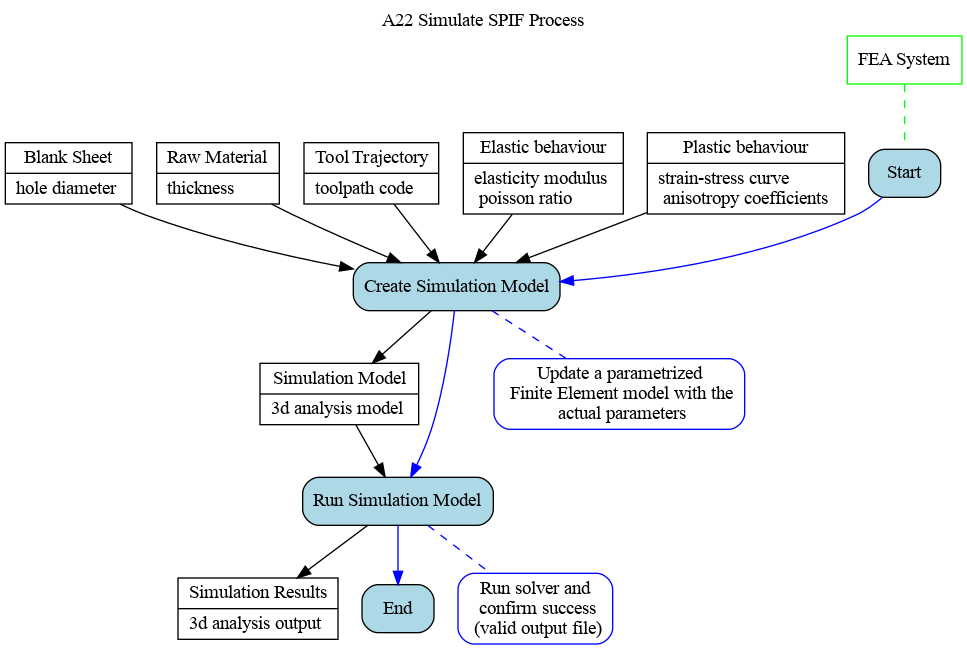
ModelsforManufacturing/hole-flanging-by-SPIF-in-a-single-stage keeps this Graphviz diagram as Ontology_Layer/Behaviour_Model/04_A22.gv.png. Above is the earlier version. Its source is kept beside it as Ontology_Layer/Behaviour_Model/04_A22.gv. The source it was exported from:
```dot
digraph behaviourmodel {


labelloc="t"
label="A22 Simulate SPIF Process"

node [shape=record, style=filled, fillcolor=white, color=black]
blank [label="{Blank Sheet | hole diameter \l}"]
raw [label="{Raw Material | thickness \l}"]
path [label="{Tool Trajectory | toolpath code \l}"]
sim_res [label="{Simulation Results | 3d analysis output \l}"]
sim_model [label="{Simulation Model | 3d analysis model \l}"]
elastic [label="{Elastic behaviour | elasticity modulus \l poisson ratio \l}"]
plastic [label="{Plastic behaviour | strain-stress curve \l anisotropy coefficients \l}"]

node [shape=box, style=filled, fillcolor=white, color=green]
fea [label="FEA System"]

node [shape=box, style="filled, rounded", fillcolor=lightblue, color=black]
Start
t1 [label="Create Simulation Model"]
t2 [label="Run Simulation Model"]
End

node [shape=box, style="filled, rounded", fillcolor=white, color=blue]
r1 [label="Update a parametrized\n Finite Element model with the\n actual parameters"]
r2 [label="Run solver and\n confirm success\n (valid output file)"]

edge [dir=none, color=blue, style=dashed]
t1 -> r1
t2 -> r2

edge [dir=forward, color=blue, fontcolor=blue, style=solid]
Start -> t1 -> t2 -> End

edge [dir=none, color=green, style=dashed]
fea -> Start

edge [dir=forward, color=black, fontcolor=black, style=solid]
{blank, raw, path, elastic, plastic} -> t1 -> sim_model
sim_model -> t2 -> sim_res
}
```
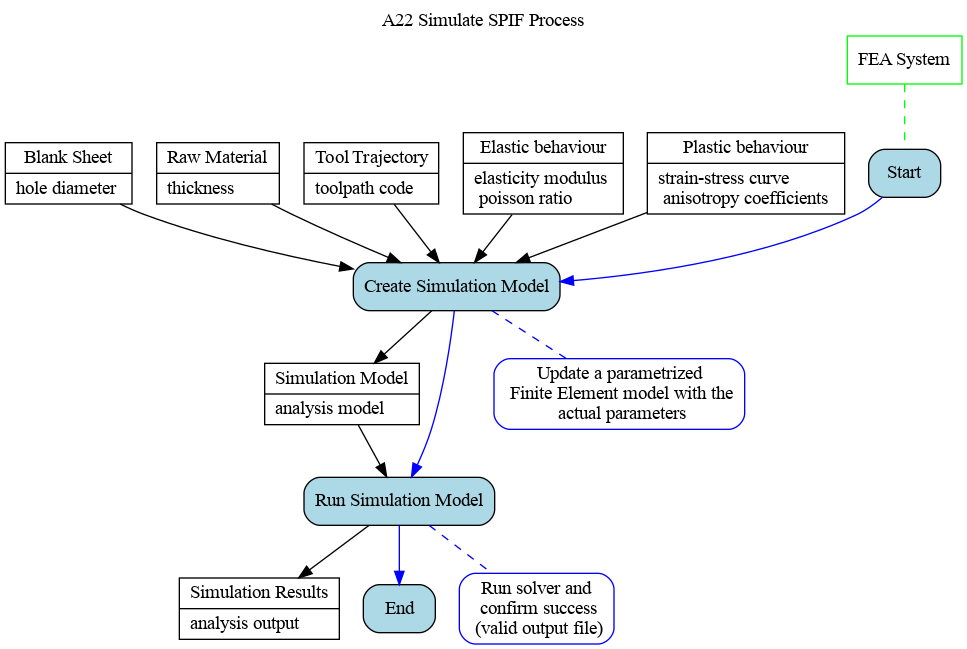
The same diagram one commit later.

Change to the diagram source:
```diff
@@ -8,8 +8,8 @@
 blank [label="{Blank Sheet | hole diameter \l}"]
 raw [label="{Raw Material | thickness \l}"]
 path [label="{Tool Trajectory | toolpath code \l}"]
-sim_res [label="{Simulation Results | 3d analysis output \l}"]
-sim_model [label="{Simulation Model | 3d analysis model \l}"]
+sim_res [label="{Simulation Results | analysis output \l}"]
+sim_model [label="{Simulation Model | analysis model \l}"]
 elastic [label="{Elastic behaviour | elasticity modulus \l poisson ratio \l}"]
 plastic [label="{Plastic behaviour | strain-stress curve \l anisotropy coefficients \l}"]
 
```
